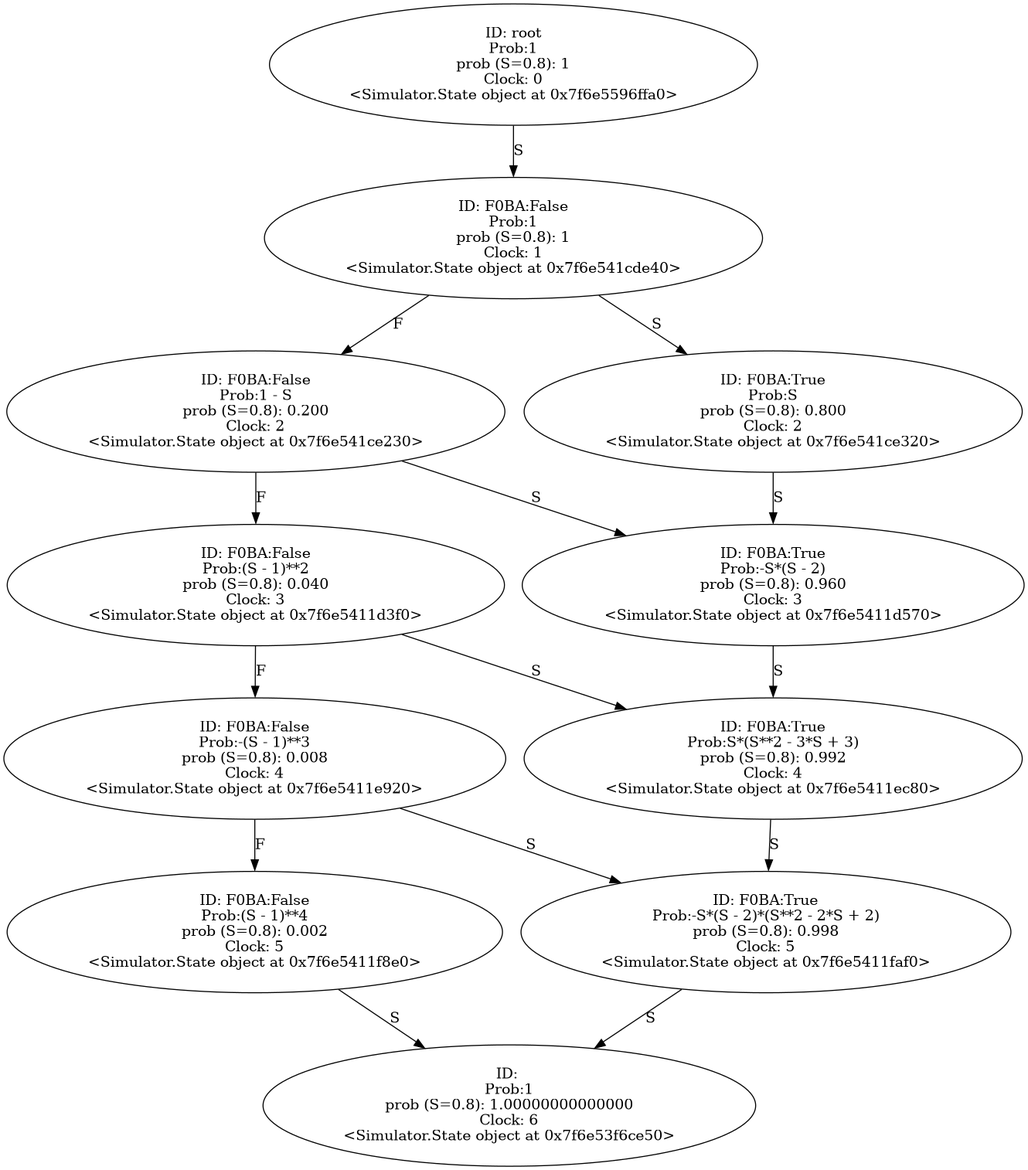
YasinBoloorchi/WARP-Simulator keeps this Graphviz diagram as Output/pulls.wrp.gv.png. Above is the earlier version. Its source is kept beside it as Output/pulls.wrp.gv.
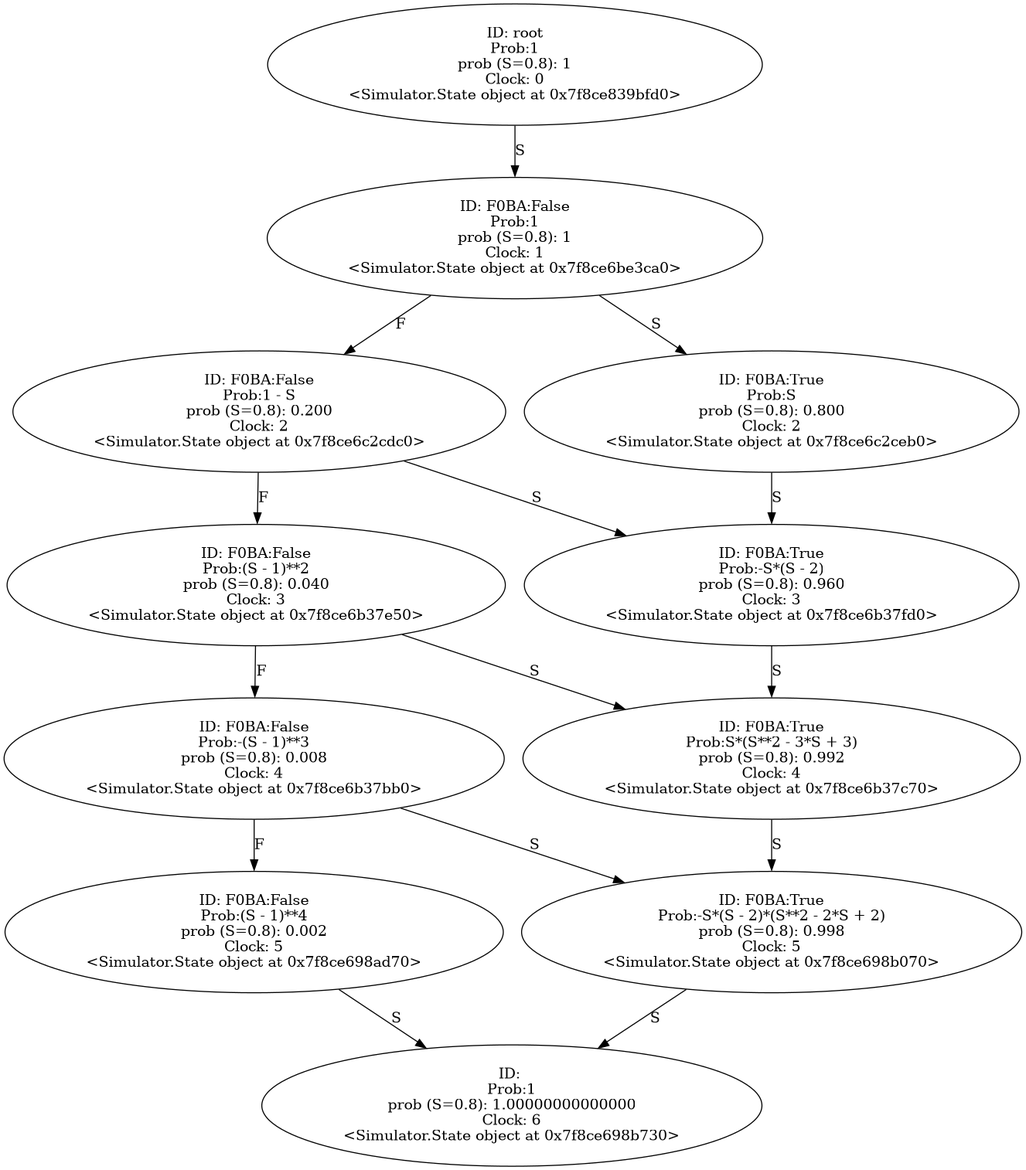
After the change.

What changed in the source:
```diff
@@ -1,71 +1,71 @@
 digraph "./Output/pulls.wrp" {
-	<Simulator.State object at 0x7f6e5596ffa0> [label="ID: root
+	<Simulator.State object at 0x7f8ce839bfd0> [label="ID: root
 Prob:1
 prob (S=0.8): 1
 Clock: 0
-<Simulator.State object at 0x7f6e5596ffa0>"]
-	<Simulator.State object at 0x7f6e5596ffa0> -> <Simulator.State object at 0x7f6e541cde40> [label=S]
-	<Simulator.State object at 0x7f6e541cde40> [label="ID: F0BA:False
+<Simulator.State object at 0x7f8ce839bfd0>"]
+	<Simulator.State object at 0x7f8ce839bfd0> -> <Simulator.State object at 0x7f8ce6be3ca0> [label=S]
+	<Simulator.State object at 0x7f8ce6be3ca0> [label="ID: F0BA:False
 Prob:1
 prob (S=0.8): 1
 Clock: 1
-<Simulator.State object at 0x7f6e541cde40>"]
-	<Simulator.State object at 0x7f6e541cde40> -> <Simulator.State object at 0x7f6e541ce230> [label=F]
-	<Simulator.State object at 0x7f6e541cde40> -> <Simulator.State object at 0x7f6e541ce320> [label=S]
-	<Simulator.State object at 0x7f6e541ce230> [label="ID: F0BA:False
+<Simulator.State object at 0x7f8ce6be3ca0>"]
+	<Simulator.State object at 0x7f8ce6be3ca0> -> <Simulator.State object at 0x7f8ce6c2cdc0> [label=F]
+	<Simulator.State object at 0x7f8ce6be3ca0> -> <Simulator.State object at 0x7f8ce6c2ceb0> [label=S]
+	<Simulator.State object at 0x7f8ce6c2cdc0> [label="ID: F0BA:False
 Prob:1 - S
 prob (S=0.8): 0.200
 Clock: 2
-<Simulator.State object at 0x7f6e541ce230>"]
-	<Simulator.State object at 0x7f6e541ce230> -> <Simulator.State object at 0x7f6e5411d3f0> [label=F]
-	<Simulator.State object at 0x7f6e541ce230> -> <Simulator.State object at 0x7f6e5411d570> [label=S]
-	<Simulator.State object at 0x7f6e541ce320> [label="ID: F0BA:True
+<Simulator.State object at 0x7f8ce6c2cdc0>"]
+	<Simulator.State object at 0x7f8ce6c2cdc0> -> <Simulator.State object at 0x7f8ce6b37e50> [label=F]
+	<Simulator.State object at 0x7f8ce6c2cdc0> -> <Simulator.State object at 0x7f8ce6b37fd0> [label=S]
+	<Simulator.State object at 0x7f8ce6c2ceb0> [label="ID: F0BA:True
 Prob:S
 prob (S=0.8): 0.800
 Clock: 2
-<Simulator.State object at 0x7f6e541ce320>"]
-	<Simulator.State object at 0x7f6e541ce320> -> <Simulator.State object at 0x7f6e5411d570> [label=S]
-	<Simulator.State object at 0x7f6e5411d3f0> [label="ID: F0BA:False
+<Simulator.State object at 0x7f8ce6c2ceb0>"]
+	<Simulator.State object at 0x7f8ce6c2ceb0> -> <Simulator.State object at 0x7f8ce6b37fd0> [label=S]
+	<Simulator.State object at 0x7f8ce6b37e50> [label="ID: F0BA:False
 Prob:(S - 1)**2
 prob (S=0.8): 0.040
 Clock: 3
-<Simulator.State object at 0x7f6e5411d3f0>"]
-	<Simulator.State object at 0x7f6e5411d3f0> -> <Simulator.State object at 0x7f6e5411e920> [label=F]
-	<Simulator.State object at 0x7f6e5411d3f0> -> <Simulator.State object at 0x7f6e5411ec80> [label=S]
-	<Simulator.State object at 0x7f6e5411d570> [label="ID: F0BA:True
+<Simulator.State object at 0x7f8ce6b37e50>"]
+	<Simulator.State object at 0x7f8ce6b37e50> -> <Simulator.State object at 0x7f8ce6b37bb0> [label=F]
+	<Simulator.State object at 0x7f8ce6b37e50> -> <Simulator.State object at 0x7f8ce6b37c70> [label=S]
+	<Simulator.State object at 0x7f8ce6b37fd0> [label="ID: F0BA:True
 Prob:-S*(S - 2)
 prob (S=0.8): 0.960
 Clock: 3
-<Simulator.State object at 0x7f6e5411d570>"]
-	<Simulator.State object at 0x7f6e5411d570> -> <Simulator.State object at 0x7f6e5411ec80> [label=S]
-	<Simulator.State object at 0x7f6e5411e920> [label="ID: F0BA:False
+<Simulator.State object at 0x7f8ce6b37fd0>"]
+	<Simulator.State object at 0x7f8ce6b37fd0> -> <Simulator.State object at 0x7f8ce6b37c70> [label=S]
+	<Simulator.State object at 0x7f8ce6b37bb0> [label="ID: F0BA:False
 Prob:-(S - 1)**3
 prob (S=0.8): 0.008
 Clock: 4
-<Simulator.State object at 0x7f6e5411e920>"]
-	<Simulator.State object at 0x7f6e5411e920> -> <Simulator.State object at 0x7f6e5411f8e0> [label=F]
-	<Simulator.State object at 0x7f6e5411e920> -> <Simulator.State object at 0x7f6e5411faf0> [label=S]
-	<Simulator.State object at 0x7f6e5411ec80> [label="ID: F0BA:True
+<Simulator.State object at 0x7f8ce6b37bb0>"]
+	<Simulator.State object at 0x7f8ce6b37bb0> -> <Simulator.State object at 0x7f8ce698ad70> [label=F]
+	<Simulator.State object at 0x7f8ce6b37bb0> -> <Simulator.State object at 0x7f8ce698b070> [label=S]
+	<Simulator.State object at 0x7f8ce6b37c70> [label="ID: F0BA:True
 Prob:S*(S**2 - 3*S + 3)
 prob (S=0.8): 0.992
 Clock: 4
-<Simulator.State object at 0x7f6e5411ec80>"]
-	<Simulator.State object at 0x7f6e5411ec80> -> <Simulator.State object at 0x7f6e5411faf0> [label=S]
-	<Simulator.State object at 0x7f6e5411f8e0> [label="ID: F0BA:False
+<Simulator.State object at 0x7f8ce6b37c70>"]
+	<Simulator.State object at 0x7f8ce6b37c70> -> <Simulator.State object at 0x7f8ce698b070> [label=S]
+	<Simulator.State object at 0x7f8ce698ad70> [label="ID: F0BA:False
 Prob:(S - 1)**4
 prob (S=0.8): 0.002
 Clock: 5
-<Simulator.State object at 0x7f6e5411f8e0>"]
-	<Simulator.State object at 0x7f6e5411f8e0> -> <Simulator.State object at 0x7f6e53f6ce50> [label=S]
-	<Simulator.State object at 0x7f6e5411faf0> [label="ID: F0BA:True
+<Simulator.State object at 0x7f8ce698ad70>"]
+	<Simulator.State object at 0x7f8ce698ad70> -> <Simulator.State object at 0x7f8ce698b730> [label=S]
+	<Simulator.State object at 0x7f8ce698b070> [label="ID: F0BA:True
 Prob:-S*(S - 2)*(S**2 - 2*S + 2)
 prob (S=0.8): 0.998
 Clock: 5
-<Simulator.State object at 0x7f6e5411faf0>"]
-	<Simulator.State object at 0x7f6e5411faf0> -> <Simulator.State object at 0x7f6e53f6ce50> [label=S]
-	<Simulator.State object at 0x7f6e53f6ce50> [label="ID:
+<Simulator.State object at 0x7f8ce698b070>"]
+	<Simulator.State object at 0x7f8ce698b070> -> <Simulator.State object at 0x7f8ce698b730> [label=S]
+	<Simulator.State object at 0x7f8ce698b730> [label="ID:
 Prob:1
 prob (S=0.8): 1.00000000000000
 Clock: 6
-<Simulator.State object at 0x7f6e53f6ce50>"]
+<Simulator.State object at 0x7f8ce698b730>"]
 }
```
